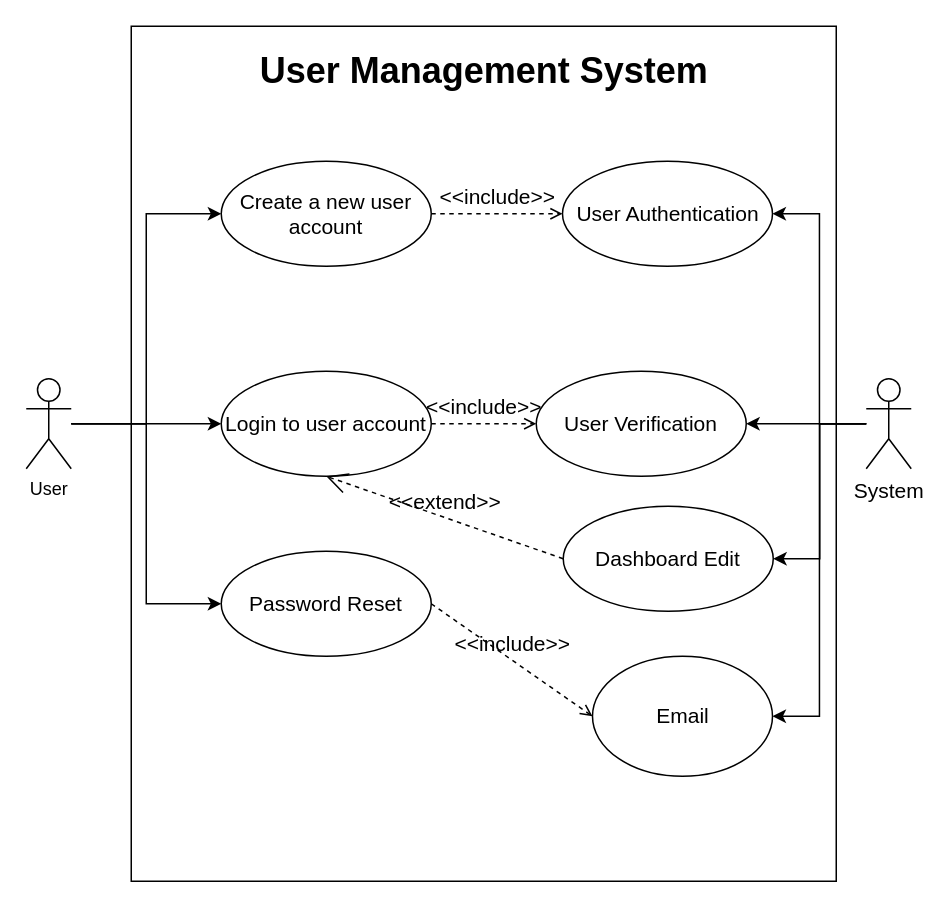
This is Diagrams/io files/UM-UCD.drawio from Moonholiday/OniMusic-Misc, a draw.io file, before an edit. Source tidied: cells renumbered, new cells numbered last; positions are measured from the earlier drawing's top-left corner, leaving out a move shared by most shapes. Both pictures are drawn from the tidied source at 150%, with x=0, y=0 at pixel (26, 26).
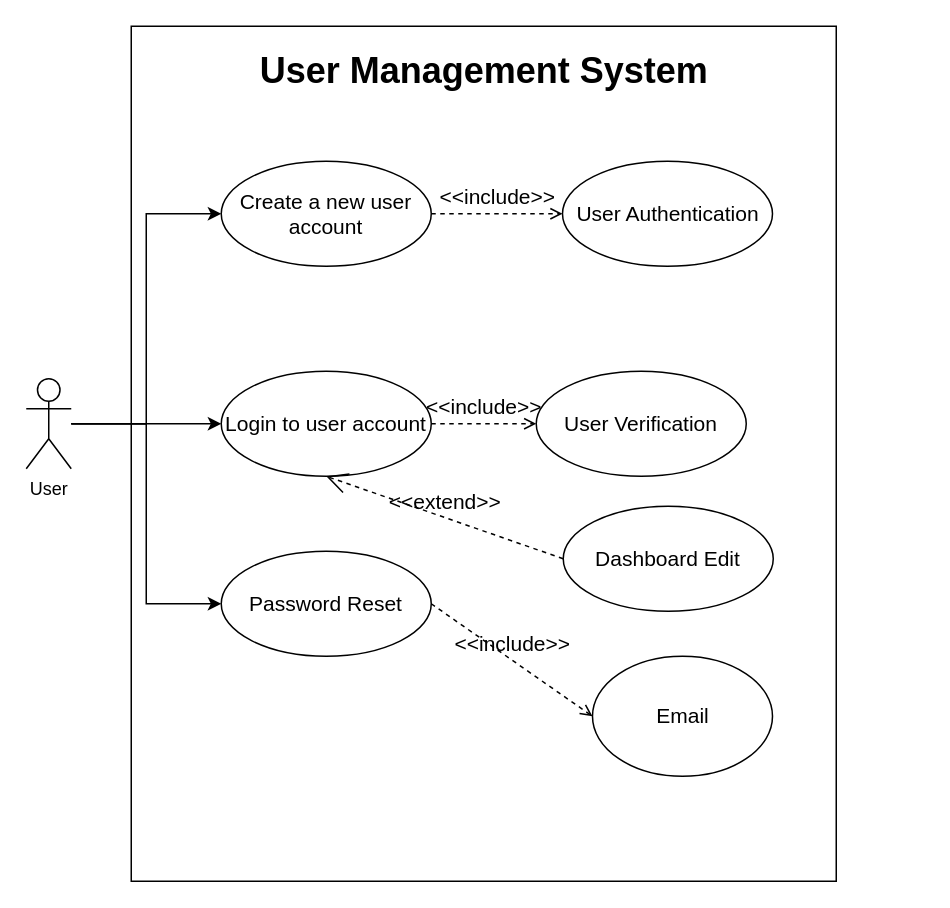
After the change.

The change refers to these unchanged cells:
```xml
<mxCell id="11" value="&lt;font style=&quot;font-size: 14px&quot;&gt;User Authentication&lt;/font&gt;" style="ellipse;whiteSpace=wrap;html=1;" parent="1" vertex="1">
  <mxGeometry x="357.5" y="90" width="140" height="70" as="geometry" />
</mxCell>
<mxCell id="18" value="&lt;font style=&quot;font-size: 14px&quot;&gt;User Verification&lt;/font&gt;" style="ellipse;whiteSpace=wrap;html=1;" parent="1" vertex="1">
  <mxGeometry x="340" y="230" width="140" height="70" as="geometry" />
</mxCell>
<mxCell id="20" value="Email" style="ellipse;whiteSpace=wrap;html=1;fontSize=14;" parent="1" vertex="1">
  <mxGeometry x="377.5" y="420" width="120" height="80" as="geometry" />
</mxCell>
<mxCell id="22" value="Dashboard Edit" style="ellipse;whiteSpace=wrap;html=1;fontSize=14;" parent="1" vertex="1">
  <mxGeometry x="358" y="320" width="140" height="70" as="geometry" />
</mxCell>
```

Change to the diagram source:
```diff
@@
-    <mxCell id="12" style="edgeStyle=orthogonalEdgeStyle;rounded=0;jettySize=auto;html=1;entryX=1;entryY=0.5;entryDx=0;entryDy=0;fontSize=14;" parent="1" edge="1" source="16" target="11">
-      <mxGeometry relative="1" as="geometry" />
-    </mxCell>
-    <mxCell id="13" style="edgeStyle=orthogonalEdgeStyle;rounded=0;jettySize=auto;html=1;entryX=1;entryY=0.5;entryDx=0;entryDy=0;fontSize=14;" parent="1" edge="1" source="16" target="18">
-      <mxGeometry relative="1" as="geometry" />
-    </mxCell>
-    <mxCell id="14" style="edgeStyle=orthogonalEdgeStyle;rounded=0;jettySize=auto;html=1;entryX=1;entryY=0.5;entryDx=0;entryDy=0;fontSize=14;" parent="1" edge="1" source="16" target="20">
-      <mxGeometry relative="1" as="geometry" />
-    </mxCell>
-    <mxCell id="15" style="edgeStyle=orthogonalEdgeStyle;rounded=0;jettySize=auto;html=1;entryX=1;entryY=0.5;entryDx=0;entryDy=0;fontSize=14;" parent="1" edge="1" source="16" target="22">
-      <mxGeometry relative="1" as="geometry" />
-    </mxCell>
-    <mxCell id="16" value="System" style="shape=umlActor;verticalLabelPosition=bottom;verticalAlign=top;html=1;outlineConnect=0;fontSize=14;" parent="1" vertex="1">
-      <mxGeometry x="560" y="235" width="30" height="60" as="geometry" />
-    </mxCell>
```
